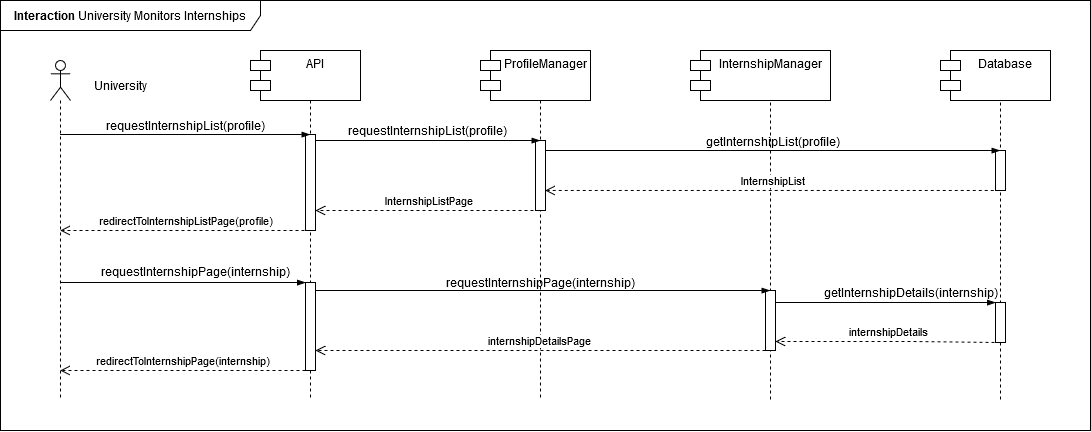
edogriba/GribaldoRosa keeps this draw.io diagram as DD/Images/Interactions/INT19_UniversityMonitorsInternships.drawio.png. Above is the earlier version. Source tidied: cells renumbered, new cells last; positions are measured from the earlier drawing's top-left corner, leaving out a move shared by most shapes.
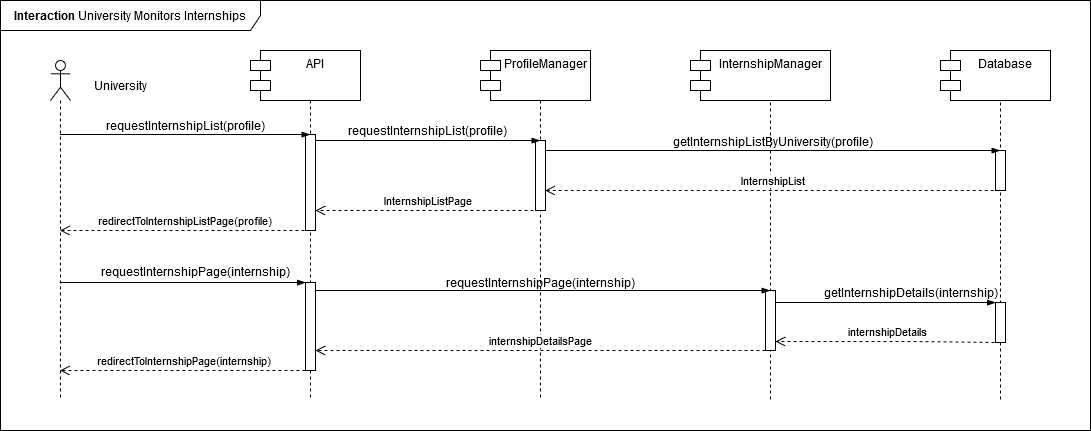
The same diagram one commit later.

Diff of the diagram source:
```diff
@@ -70,8 +70,8 @@
         </Array>
       </mxGeometry>
     </mxCell>
-    <mxCell id="21" value="getInternshipList(profile)" style="text;html=1;align=center;verticalAlign=middle;strokeColor=none;fillColor=none;" parent="1" vertex="1">
-      <mxGeometry x="692" y="126" width="160" height="30" as="geometry" />
+    <mxCell id="21" value="getInternshipListByUniversity(profile)" style="text;html=1;align=center;verticalAlign=middle;strokeColor=none;fillColor=none;" parent="1" vertex="1">
+      <mxGeometry x="662" y="126" width="220" height="30" as="geometry" />
     </mxCell>
     <mxCell id="22" value="redirectToInternshipListPage(profile)" style="html=1;verticalAlign=bottom;endArrow=open;dashed=1;endSize=8;curved=0;rounded=0;" parent="1" edge="1" target="5">
       <mxGeometry relative="1" as="geometry">
```
